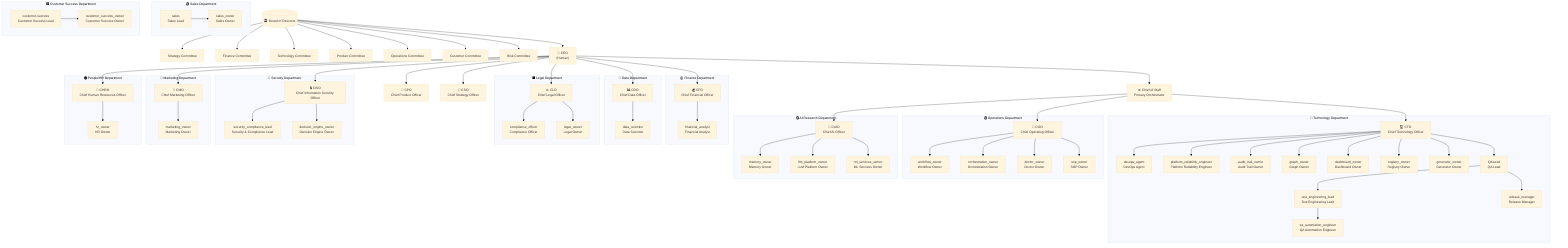
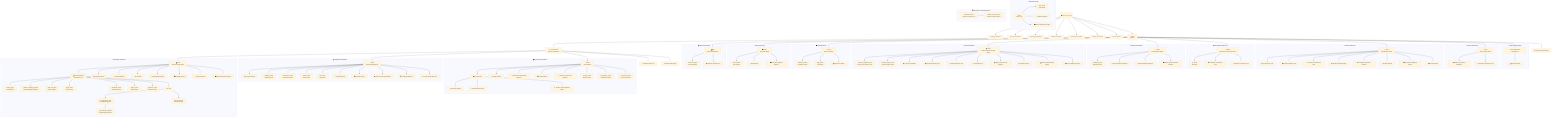
%%{init: {'theme': 'base', 'themeVariables': { 'fontSize': '14px' }}}%%

flowchart TD
    %% ===== BOARD OF DIRECTORS =====
    Board[("🏛️ Board of Directors")]
    Board --> Board_Strategy["Strategy Committee"]
    Board --> Board_Finance["Finance Committee"]
    Board --> Board_Technology["Technology Committee"]
    Board --> Board_Product["Product Committee"]
    Board --> Board_Operations["Operations Committee"]
    Board --> Board_Customer["Customer Committee"]
    Board --> Board_Risk["Risk Committee"]

    %% ===== CEO =====
    Board --> CEO["👤 CEO<br/>(Human)"]

-     %% ===== C-SUITE (DASHES REPORTS-TO CEO) =====
+     %% ===== C-SUITE (REPORTS TO CEO) =====
    CEO --> CoS["⚙️ Chief of Staff<br/>Primary Orchestrator"]
    CEO --> CFO["💰 CFO<br/>Chief Financial Officer"]
    CEO --> CDO["📊 CDO<br/>Chief Data Officer"]
    CEO --> CLO["⚖️ CLO<br/>Chief Legal Officer"]
    CEO --> CISO["🔒 CISO<br/>Chief Information Security Officer"]
    CEO --> CMO["📣 CMO<br/>Chief Marketing Officer"]
    CEO --> CHRO["👥 CHRO<br/>Chief Human Resources Officer"]
    CEO --> CPO["🚀 CPO<br/>Chief Product Officer"]
    CEO --> CSO["🧭 CSO<br/>Chief Strategy Officer"]

-     %% ===== CTO VIA CHIEF OF STAFF =====
+     %% ===== CTO/COO/CAIO VIA CHIEF OF STAFF =====
    CoS --> CTO["💻 CTO<br/>Chief Technology Officer"]
    CoS --> COO["🏢 COO<br/>Chief Operating Officer"]
    CoS --> CAIO["🧠 CAIO<br/>Chief AI Officer"]

-     %% ===== TECHNOLOGY DEPARTMENT (CTO) =====
+     %% ===== NEW EXECUTIVE ROLES REPORTING TO CEO/CHIEF OF STAFF =====
+     CEO --> HeadBD["🤝 Head of Business Development"]
+     CEO --> CultureOfficer["🎭 Culture & Values Officer"]
+     CoS --> InternalComms["📢 Internal Comms Lead"]
+     CoS --> AIEthicsBoard["⚖️ AI Ethics Board Chair"]
+ 
+     %% ===== TECHNOLOGY DEPARTMENT (CTO → VP Engineering) =====
    subgraph Technology_Dept ["🔵 Technology Department"]
-         CTO --> DevOps["devops_agent<br/>DevOps Agent"]
-         CTO --> PlatformReliability["platform_reliability_engineer<br/>Platform Reliability Engineer"]
-         CTO --> AuditTrail["audit_trail_owner<br/>Audit Trail Owner"]
-         CTO --> GraphOwner["graph_owner<br/>Graph Owner"]
-         CTO --> DashboardOwner["dashboard_owner<br/>Dashboard Owner"]
-         CTO --> RegistryOwner["registry_owner<br/>Registry Owner"]
-         CTO --> GeneratorOwner["generator_owner<br/>Generator Owner"]
+         CTO --> VPEngineering["📋 VP of Engineering<br/>Execution Layer"]
+         CTO --> PlatformEngineer["🏗️ Platform Engineer"]
+         CTO --> FrontendArch["🎨 Frontend Architect"]
+         CTO --> APIArch["🔌 API Architect"]
+         CTO --> ObservabilityEng["🔭 Observability Engineer"]
+         CTO --> ScalabilityArch["📈 Scalability Architect"]
+         CTO --> SolutionsArch["🧩 Solutions Architect"]
+         CTO --> TechProgMgr["📊 Technical Program Manager"]

-         CTO --> QALead["QALead<br/>QA Lead"]
+         VPEngineering --> DevOps["devops_agent<br/>DevOps Agent"]
+         VPEngineering --> PlatformReliability["platform_reliability_engineer<br/>Platform Reliability Engineer"]
+         VPEngineering --> AuditTrail["audit_trail_owner<br/>Audit Trail Owner"]
+         VPEngineering --> GraphOwner["graph_owner<br/>Graph Owner"]
+         VPEngineering --> DashboardOwner["dashboard_owner<br/>Dashboard Owner"]
+         VPEngineering --> RegistryOwner["registry_owner<br/>Registry Owner"]
+         VPEngineering --> GeneratorOwner["generator_owner<br/>Generator Owner"]
+ 
+         VPEngineering --> QALead["QA Lead"]
        QALead --> TestEngLead["test_engineering_lead<br/>Test Engineering Lead"]
        TestEngLead --> QAAutomation["qa_automation_engineer<br/>QA Automation Engineer"]
        QALead --> ReleaseManager["release_manager<br/>Release Manager"]
    end

    %% ===== OPERATIONS DEPARTMENT (COO) =====
    subgraph Operations_Dept ["🟢 Operations Department"]
+         COO --> ProgramMgr["📋 Program Manager"]
        COO --> WorkflowOwner["workflow_owner<br/>Workflow Owner"]
        COO --> OrchestrationOwner["orchestration_owner<br/>Orchestration Owner"]
        COO --> DoctorOwner["doctor_owner<br/>Doctor Owner"]
        COO --> SOPOwner["sop_owner<br/>SOP Owner"]
+         COO --> VendorMgr["🤝 Vendor Manager"]
+         COO --> CapacityPlanner["📊 Capacity Planner"]
+         COO --> BCMgr["🛡️ Business Continuity Manager"]
+         COO --> KnowledgeMgr["📚 Knowledge Manager"]
+         COO --> ProcessQuality["⚙️ Process Quality Manager"]
    end

    %% ===== AI RESEARCH DEPARTMENT (CAIO) =====
    subgraph AI_Dept ["🟣 AI Research Department"]
+         CAIO --> AISafetyLead["🛡️ AI Safety Lead"]
+         CAIO --> MLOpsEng["🤖 MLOps Engineer"]
+         CAIO --> EvalBenchEng["📏 Evaluation & Benchmarks Engineer"]
+         CAIO --> PromptEng["✏️ Prompt Engineer"]
+         CAIO --> HAI_Designer["🧑‍💻 Human-AI Interaction Designer"]
        CAIO --> MemoryOwner["memory_owner<br/>Memory Owner"]
        CAIO --> LLMPlatform["llm_platform_owner<br/>LLM Platform Owner"]
        CAIO --> MLServices["ml_services_owner<br/>ML Services Owner"]
+ 
+         AISafetyLead --> RedTeamEng["🔴 Red Team Engineer"]
+         AISafetyLead --> ConstitutionalAI["📜 Constitutional AI Owner"]
+         AISafetyLead --> AIEthicsOfficer["⚖️ AI Ethics & Responsible AI Officer"]
    end

    %% ===== FINANCE DEPARTMENT (CFO) =====
    subgraph Finance_Dept ["🟡 Finance Department"]
        CFO --> FinancialAnalyst["financial_analyst<br/>Financial Analyst"]
+         CFO --> InvestorRelations["📊 Investor Relations Lead"]
    end

    %% ===== DATA DEPARTMENT (CDO) =====
    subgraph Data_Dept ["🔷 Data Department"]
        CDO --> DataScientist["data_scientist<br/>Data Scientist"]
+         CDO --> DataEngineer["🔧 Data Engineer"]
+         CDO --> BIEngineer["📊 Business Intelligence Engineer"]
    end

    %% ===== LEGAL DEPARTMENT (CLO) =====
    subgraph Legal_Dept ["⬛ Legal Department"]
        CLO --> ComplianceOfficer["compliance_officer<br/>Compliance Officer"]
        CLO --> LegalOwner["legal_owner<br/>Legal Owner"]
+         CLO --> DataPrivacyOfficer["🔒 Data Privacy Officer"]
    end

    %% ===== SECURITY DEPARTMENT (CISO) =====
    subgraph Security_Dept ["🔴 Security Department"]
        CISO --> SecComplianceLead["security_compliance_lead<br/>Security &amp; Compliance Lead"]
        CISO --> DecisionEngine["decision_engine_owner<br/>Decision Engine Owner"]
+         CISO --> AISecuritySpec["🛡️ AI Security Specialist"]
+         CISO --> PenTestLead["🔍 Penetration Testing Lead"]
+         CISO --> IRLead["🚨 Incident Response Lead"]
+         CISO --> DevSecOpsLead["🔧 DevSecOps Lead"]
+         CISO --> SupplyChainSec["📦 Supply Chain Security Engineer"]
+         CISO --> SecArchitect["🏗️ Security Architect"]
+         CISO --> SOC2Analyst["📋 SOC 2 Audit Readiness Analyst"]
+         CISO --> ThreatIntel["🕵️ Threat Intelligence Analyst"]
    end

    %% ===== MARKETING DEPARTMENT (CMO) =====
    subgraph Marketing_Dept ["🩷 Marketing Department"]
        CMO --> MarketingOwner["marketing_owner<br/>Marketing Owner"]
+         CMO --> HeadDevRel["🎤 Head of Developer Relations"]
+         CMO --> ProductMktgMgr["📣 Product Marketing Manager"]
+         CMO --> AnalystRelations["📊 Industry Analyst Relations Manager"]
    end

    %% ===== PEOPLE/HR DEPARTMENT (CHRO) =====
    subgraph People_Dept ["🟠 People/HR Department"]
        CHRO --> HROwner["hr_owner<br/>HR Owner"]
+         CHRO --> LDLead["📚 Learning & Development Lead"]
+         CHRO --> EELead["💚 Employee Experience Lead"]
+     end
+ 
+     %% ===== PRODUCT DEPARTMENT (CPO) =====
+     subgraph Product_Dept ["🎯 Product Department"]
+         CPO --> UXResearch["🔍 UX Research Lead"]
+         CPO --> ProductAnalytics["📊 Product Analytics Lead"]
+         CPO --> TechDocLead["📝 Technical Documentation Lead"]
+         CPO --> GrowthPM["📈 Growth Product Manager"]
+         CPO --> DXEngineer["🛠️ Developer Experience Engineer"]
+         CPO --> ProductDesigner["🎨 Product Designer"]
+         CPO --> CompetitiveIntel["🕵️ Competitive Intelligence Analyst"]
+         CPO --> TechWriter["✍️ Technical Writer"]
    end

    %% ===== SALES DEPARTMENT =====
-     subgraph Sales_Dept ["🟢  Sales Department"]
+     subgraph Sales_Dept ["💚 Sales Department"]
        Sales["sales<br/>Sales Lead"]
        Sales --> SalesOwner["sales_owner<br/>Sales Owner"]
+         Sales --> SolutionsEng["🧩 Solutions Engineer"]
+         Sales --> RevOpsAnalyst["📊 Revenue Operations Analyst"]
    end

    %% ===== CUSTOMER SUCCESS DEPARTMENT =====
    subgraph CustomerSuccess_Dept ["🟩 Customer Success Department"]
        CustomerSuccess["customer-success<br/>Customer Success Lead"]
        CustomerSuccess --> CustomerSuccessOwner["customer_success_owner<br/>Customer Success Owner"]
    end
+ 
+     %% ===== STRATEGY DEPARTMENT (CSO) =====
+     subgraph Strategy_Dept ["🧭 Strategy Department"]
+         CSO --> HeadCompetitiveIntel["🕵️ Head of Competitive Intelligence"]
+         CSO --> CorpDevLead["🤝 Corporate Development Lead"]
+     end
+ 
+     %% ===== BUSINESS DEVELOPMENT =====
+     subgraph BD_Dept ["🤝 Business Development"]
+         HeadBD --> PartnerManager["📋 Partner Manager"]
+     end
